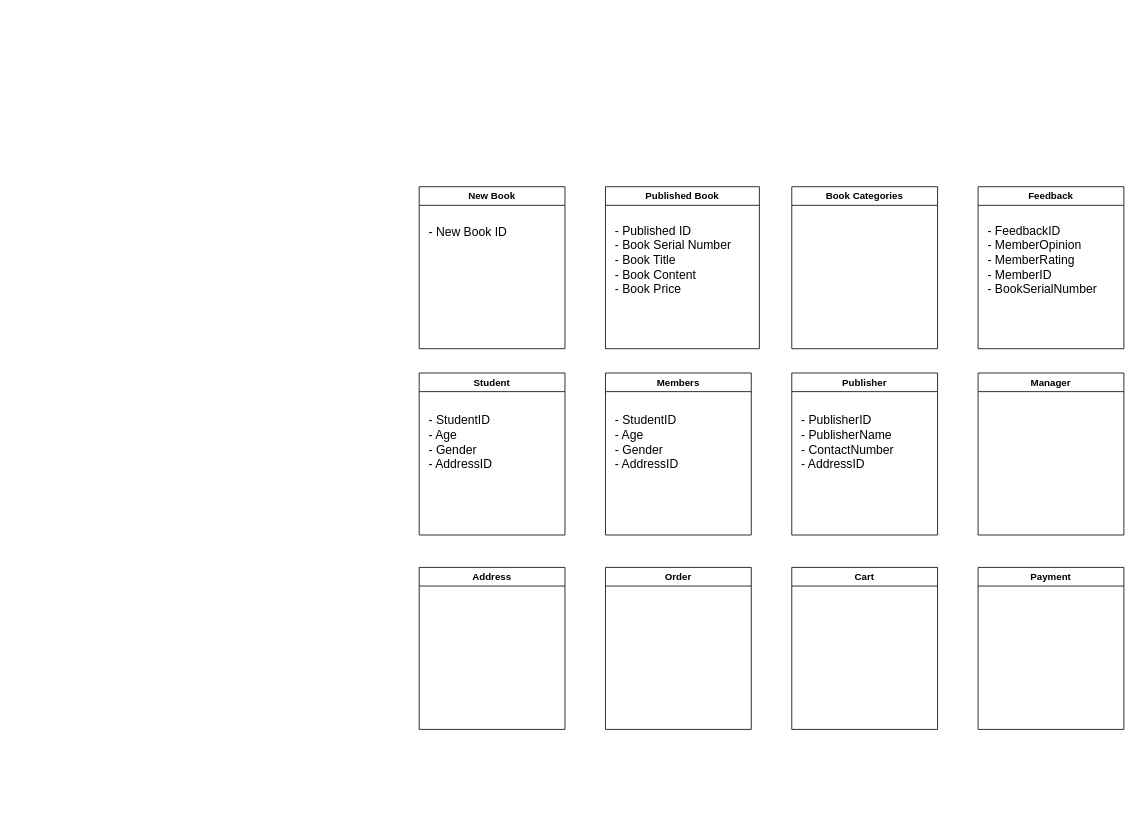
Above: database_assign.drawio in i4GS/test (draw.io), before the change. Source tidied: cells renumbered, new cells numbered last; positions are measured from the earlier drawing's top-left corner, leaving out a move shared by most shapes. Both pictures are drawn from the tidied source at 81%, with x=0, y=0 at pixel (419, 186).
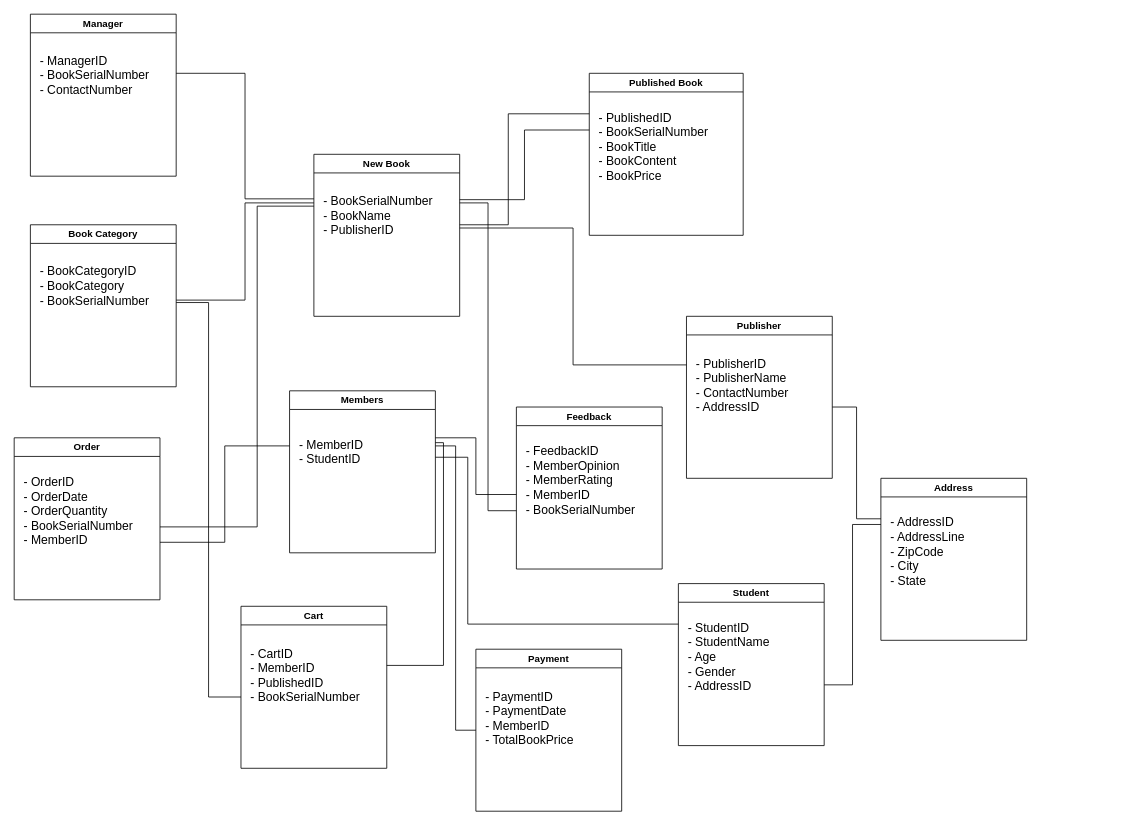
The same page after the edit.

The edit, as a diff of the source:
```diff
@@
     <mxCell id="2" value="New Book" style="swimlane;whiteSpace=wrap;html=1;" parent="1" vertex="1">
-      <mxGeometry width="180" height="200" as="geometry" />
+      <mxGeometry x="-130" y="-40" width="180" height="200" as="geometry" />
     </mxCell>
-    <mxCell id="3" value="&lt;font style=&quot;font-size: 15px;&quot;&gt;- New Book ID&lt;/font&gt;" style="text;html=1;align=left;verticalAlign=middle;strokeColor=none;fillColor=none;" parent="2" vertex="1">
-      <mxGeometry x="10" y="40" width="120" height="30" as="geometry" />
+    <mxCell id="3" value="&lt;font style=&quot;font-size: 15px;&quot;&gt;- BookSerialNumber&lt;br&gt;- BookName&lt;br&gt;- PublisherID&lt;br&gt;&lt;/font&gt;" style="text;html=1;align=left;verticalAlign=middle;strokeColor=none;fillColor=none;" parent="2" vertex="1">
+      <mxGeometry x="10" y="40" width="160" height="70" as="geometry" />
     </mxCell>
     <mxCell id="4" value="Publisher" style="swimlane;whiteSpace=wrap;html=1;" parent="1" vertex="1">
-      <mxGeometry x="460" y="230" width="180" height="200" as="geometry" />
+      <mxGeometry x="330" y="160" width="180" height="200" as="geometry" />
     </mxCell>
@@
     <mxCell id="6" value="Published Book" style="swimlane;whiteSpace=wrap;html=1;" parent="1" vertex="1">
-      <mxGeometry x="230" width="190" height="200" as="geometry" />
+      <mxGeometry x="210" y="-140" width="190" height="200" as="geometry" />
     </mxCell>
-    <mxCell id="7" value="&lt;font style=&quot;font-size: 15px;&quot;&gt;- Published ID&lt;br&gt;- Book Serial Number&lt;br&gt;- Book Title&lt;br&gt;- Book Content&lt;br&gt;- Book Price&lt;/font&gt;" style="text;html=1;align=left;verticalAlign=middle;strokeColor=none;fillColor=none;" parent="6" vertex="1">
-      <mxGeometry x="10" y="40" width="170" height="100" as="geometry" />
+    <mxCell id="7" value="&lt;font style=&quot;font-size: 15px;&quot;&gt;- PublishedID&lt;br&gt;- BookSerialNumber&lt;br&gt;- BookTitle&lt;br&gt;- BookContent&lt;br&gt;- BookPrice&lt;/font&gt;" style="text;html=1;align=left;verticalAlign=middle;strokeColor=none;fillColor=none;" parent="6" vertex="1">
+      <mxGeometry x="10" y="40" width="160" height="100" as="geometry" />
     </mxCell>
     <mxCell id="8" value="Student" style="swimlane;whiteSpace=wrap;html=1;" parent="1" vertex="1">
-      <mxGeometry y="230" width="180" height="200" as="geometry" />
+      <mxGeometry x="320" y="490" width="180" height="200" as="geometry" />
     </mxCell>
-    <mxCell id="9" value="&lt;font style=&quot;font-size: 15px;&quot;&gt;- StudentID&lt;br&gt;- Age&lt;br&gt;- Gender&lt;br&gt;- AddressID&lt;br&gt;&lt;/font&gt;" style="text;html=1;align=left;verticalAlign=middle;strokeColor=none;fillColor=none;" parent="8" vertex="1">
-      <mxGeometry x="10" y="40" width="100" height="90" as="geometry" />
+    <mxCell id="9" value="&lt;font style=&quot;font-size: 15px;&quot;&gt;- StudentID&lt;br&gt;- StudentName&lt;br&gt;- Age&lt;br&gt;- Gender&lt;br&gt;- AddressID&lt;br&gt;&lt;/font&gt;" style="text;html=1;align=left;verticalAlign=middle;strokeColor=none;fillColor=none;" parent="8" vertex="1">
+      <mxGeometry x="10" y="40" width="120" height="100" as="geometry" />
     </mxCell>
     <mxCell id="10" value="Members" style="swimlane;whiteSpace=wrap;html=1;" parent="1" vertex="1">
-      <mxGeometry x="230" y="230" width="180" height="200" as="geometry" />
+      <mxGeometry x="-160" y="252" width="180" height="200" as="geometry" />
     </mxCell>
-    <mxCell id="11" value="&lt;font style=&quot;font-size: 15px;&quot;&gt;- StudentID&lt;br&gt;- Age&lt;br&gt;- Gender&lt;br&gt;- AddressID&lt;br&gt;&lt;/font&gt;" style="text;html=1;align=left;verticalAlign=middle;strokeColor=none;fillColor=none;" parent="10" vertex="1">
-      <mxGeometry x="10" y="40" width="100" height="90" as="geometry" />
+    <mxCell id="11" value="&lt;font style=&quot;font-size: 15px;&quot;&gt;- MemberID&lt;br&gt;- StudentID&lt;br&gt;&lt;/font&gt;" style="text;html=1;align=left;verticalAlign=middle;strokeColor=none;fillColor=none;" parent="10" vertex="1">
+      <mxGeometry x="10" y="50" width="100" height="50" as="geometry" />
     </mxCell>
     <mxCell id="12" value="Feedback" style="swimlane;whiteSpace=wrap;html=1;" parent="1" vertex="1">
-      <mxGeometry x="690" width="180" height="200" as="geometry" />
+      <mxGeometry x="120" y="272" width="180" height="200" as="geometry" />
     </mxCell>
@@
     <mxCell id="14" value="Manager" style="swimlane;whiteSpace=wrap;html=1;" parent="1" vertex="1">
-      <mxGeometry x="690" y="230" width="180" height="200" as="geometry" />
+      <mxGeometry x="-480" y="-213" width="180" height="200" as="geometry" />
     </mxCell>
+    <mxCell id="20" value="&lt;font style=&quot;font-size: 15px;&quot;&gt;- ManagerID&lt;br&gt;- BookSerialNumber&lt;br&gt;- ContactNumber&lt;br&gt;&lt;/font&gt;" style="text;html=1;align=left;verticalAlign=middle;strokeColor=none;fillColor=none;" parent="14" vertex="1">
+      <mxGeometry x="10" y="40" width="160" height="70" as="geometry" />
+    </mxCell>
     <mxCell id="15" value="Order" style="swimlane;whiteSpace=wrap;html=1;" parent="1" vertex="1">
-      <mxGeometry x="230" y="470" width="180" height="200" as="geometry" />
+      <mxGeometry x="-500" y="310" width="180" height="200" as="geometry" />
     </mxCell>
+    <mxCell id="21" value="&lt;font style=&quot;font-size: 15px;&quot;&gt;- OrderID&lt;br&gt;- OrderDate&lt;br&gt;- OrderQuantity&lt;br&gt;- BookSerialNumber&lt;br&gt;- MemberID&lt;br&gt;&lt;/font&gt;" style="text;html=1;align=left;verticalAlign=middle;strokeColor=none;fillColor=none;" parent="15" vertex="1">
+      <mxGeometry x="10" y="40" width="160" height="100" as="geometry" />
+    </mxCell>
     <mxCell id="16" value="Cart" style="swimlane;whiteSpace=wrap;html=1;" parent="1" vertex="1">
-      <mxGeometry x="460" y="470" width="180" height="200" as="geometry" />
+      <mxGeometry x="-220" y="518" width="180" height="200" as="geometry" />
     </mxCell>
+    <mxCell id="22" value="&lt;font style=&quot;font-size: 15px;&quot;&gt;- CartID&lt;br&gt;- MemberID&lt;br&gt;- PublishedID&lt;br&gt;- BookSerialNumber&lt;br&gt;&lt;/font&gt;" style="text;html=1;align=left;verticalAlign=middle;strokeColor=none;fillColor=none;" parent="16" vertex="1">
+      <mxGeometry x="10" y="40" width="160" height="90" as="geometry" />
+    </mxCell>
-    <mxCell id="17" value="Book Categories" style="swimlane;whiteSpace=wrap;html=1;" parent="1" vertex="1">
-      <mxGeometry x="460" width="180" height="200" as="geometry" />
+    <mxCell id="17" value="Book Category" style="swimlane;whiteSpace=wrap;html=1;" parent="1" vertex="1">
+      <mxGeometry x="-480" y="47" width="180" height="200" as="geometry" />
     </mxCell>
+    <mxCell id="23" value="&lt;div&gt;&lt;span style=&quot;font-size: 15px; background-color: initial;&quot;&gt;- BookCategoryID&lt;/span&gt;&lt;br&gt;&lt;/div&gt;&lt;div&gt;&lt;span style=&quot;font-size: 15px;&quot;&gt;- BookCategory&lt;/span&gt;&lt;/div&gt;&lt;div&gt;&lt;span style=&quot;font-size: 15px;&quot;&gt;- BookSerialNumber&lt;/span&gt;&lt;/div&gt;" style="text;html=1;align=left;verticalAlign=middle;strokeColor=none;fillColor=none;" parent="17" vertex="1">
+      <mxGeometry x="10" y="40" width="160" height="70" as="geometry" />
+    </mxCell>
     <mxCell id="18" value="Payment" style="swimlane;whiteSpace=wrap;html=1;" parent="1" vertex="1">
-      <mxGeometry x="690" y="470" width="180" height="200" as="geometry" />
+      <mxGeometry x="70" y="571" width="180" height="200" as="geometry" />
     </mxCell>
+    <mxCell id="24" value="&lt;font style=&quot;font-size: 15px;&quot;&gt;- PaymentID&lt;br&gt;- PaymentDate&lt;br&gt;- MemberID&lt;br&gt;- TotalBookPrice&lt;br&gt;&lt;/font&gt;" style="text;html=1;align=left;verticalAlign=middle;strokeColor=none;fillColor=none;" parent="18" vertex="1">
+      <mxGeometry x="10" y="40" width="130" height="90" as="geometry" />
+    </mxCell>
     <mxCell id="19" value="Address" style="swimlane;whiteSpace=wrap;html=1;" parent="1" vertex="1">
-      <mxGeometry y="470" width="180" height="200" as="geometry" />
+      <mxGeometry x="570" y="360" width="180" height="200" as="geometry" />
     </mxCell>
+    <mxCell id="25" value="&lt;font style=&quot;font-size: 15px;&quot;&gt;- AddressID&lt;br&gt;- AddressLine&lt;br&gt;- ZipCode&lt;br&gt;- City&lt;br&gt;- State&lt;br&gt;&lt;/font&gt;" style="text;html=1;align=left;verticalAlign=middle;strokeColor=none;fillColor=none;" parent="19" vertex="1">
+      <mxGeometry x="10" y="40" width="120" height="100" as="geometry" />
+    </mxCell>
+    <mxCell id="26" style="edgeStyle=elbowEdgeStyle;elbow=horizontal;endArrow=none;html=1;curved=0;rounded=0;endSize=8;startSize=8;endFill=0;" parent="1" edge="1">
+      <mxGeometry relative="1" as="geometry">
+        <mxPoint x="50" y="16" as="sourcePoint" />
+        <mxPoint x="210" y="-70" as="targetPoint" />
+      </mxGeometry>
+    </mxCell>
+    <mxCell id="27" style="edgeStyle=elbowEdgeStyle;elbow=horizontal;endArrow=none;html=1;curved=0;rounded=0;endSize=8;startSize=8;endFill=0;" parent="1" edge="1">
+      <mxGeometry relative="1" as="geometry">
+        <mxPoint x="50" y="51" as="sourcePoint" />
+        <mxPoint x="330" y="220" as="targetPoint" />
+      </mxGeometry>
+    </mxCell>
+    <mxCell id="28" style="edgeStyle=elbowEdgeStyle;elbow=horizontal;endArrow=none;html=1;curved=0;rounded=0;endSize=8;startSize=8;endFill=0;" parent="1" edge="1">
+      <mxGeometry relative="1" as="geometry">
+        <mxPoint x="-300" y="140" as="sourcePoint" />
+        <mxPoint x="-130" y="20" as="targetPoint" />
+      </mxGeometry>
+    </mxCell>
+    <mxCell id="29" style="edgeStyle=elbowEdgeStyle;elbow=horizontal;endArrow=none;html=1;curved=0;rounded=0;endSize=8;startSize=8;endFill=0;" parent="1" edge="1">
+      <mxGeometry relative="1" as="geometry">
+        <mxPoint x="50" y="20" as="sourcePoint" />
+        <mxPoint x="120" y="400" as="targetPoint" />
+      </mxGeometry>
+    </mxCell>
+    <mxCell id="30" style="edgeStyle=elbowEdgeStyle;elbow=horizontal;endArrow=none;html=1;curved=0;rounded=0;endSize=8;startSize=8;endFill=0;" parent="1" edge="1">
+      <mxGeometry relative="1" as="geometry">
+        <mxPoint x="-320" y="439" as="sourcePoint" />
+        <mxPoint x="-160" y="320" as="targetPoint" />
+      </mxGeometry>
+    </mxCell>
+    <mxCell id="31" style="edgeStyle=elbowEdgeStyle;elbow=horizontal;endArrow=none;html=1;curved=0;rounded=0;endSize=8;startSize=8;endFill=0;entryX=0;entryY=0.25;entryDx=0;entryDy=0;" parent="1" edge="1" target="8">
+      <mxGeometry relative="1" as="geometry">
+        <mxPoint x="20" y="334" as="sourcePoint" />
+        <Array as="points">
+          <mxPoint x="60" y="448" />
+        </Array>
+      </mxGeometry>
+    </mxCell>
+    <mxCell id="32" style="edgeStyle=elbowEdgeStyle;elbow=horizontal;endArrow=none;html=1;curved=0;rounded=0;endSize=8;startSize=8;entryX=0;entryY=0.25;entryDx=0;entryDy=0;endFill=0;" parent="1" edge="1" target="19">
+      <mxGeometry relative="1" as="geometry">
+        <mxPoint x="510" y="272" as="sourcePoint" />
+      </mxGeometry>
+    </mxCell>
+    <mxCell id="33" style="edgeStyle=elbowEdgeStyle;elbow=horizontal;endArrow=none;html=1;curved=0;rounded=0;endSize=8;startSize=8;endFill=0;" parent="1" edge="1">
+      <mxGeometry relative="1" as="geometry">
+        <mxPoint x="-300" y="143" as="sourcePoint" />
+        <mxPoint x="-220" y="630" as="targetPoint" />
+      </mxGeometry>
+    </mxCell>
+    <mxCell id="34" style="edgeStyle=elbowEdgeStyle;elbow=horizontal;endArrow=none;html=1;curved=0;rounded=0;endSize=8;startSize=8;entryX=0;entryY=0.25;entryDx=0;entryDy=0;endFill=0;" parent="1" edge="1">
+      <mxGeometry relative="1" as="geometry">
+        <mxPoint x="-300" y="-140" as="sourcePoint" />
+        <mxPoint x="-130" y="15" as="targetPoint" />
+      </mxGeometry>
+    </mxCell>
+    <mxCell id="35" style="edgeStyle=elbowEdgeStyle;elbow=horizontal;endArrow=none;html=1;curved=0;rounded=0;endSize=8;startSize=8;endFill=0;" parent="1" edge="1">
+      <mxGeometry relative="1" as="geometry">
+        <mxPoint x="-320" y="420" as="sourcePoint" />
+        <mxPoint x="-130" y="24" as="targetPoint" />
+        <Array as="points">
+          <mxPoint x="-200" y="220" />
+        </Array>
+      </mxGeometry>
+    </mxCell>
+    <mxCell id="36" style="edgeStyle=elbowEdgeStyle;elbow=horizontal;endArrow=none;html=1;curved=0;rounded=0;endSize=8;startSize=8;entryX=0;entryY=0.5;entryDx=0;entryDy=0;endFill=0;" parent="1" edge="1" target="18">
+      <mxGeometry relative="1" as="geometry">
+        <mxPoint x="20" y="320" as="sourcePoint" />
+      </mxGeometry>
+    </mxCell>
+    <mxCell id="37" style="edgeStyle=elbowEdgeStyle;elbow=horizontal;endArrow=none;html=1;curved=0;rounded=0;endSize=8;startSize=8;endFill=0;" parent="1" edge="1">
+      <mxGeometry relative="1" as="geometry">
+        <mxPoint x="20" y="316" as="sourcePoint" />
+        <mxPoint x="-40" y="591" as="targetPoint" />
+        <Array as="points">
+          <mxPoint x="30" y="451" />
+        </Array>
+      </mxGeometry>
+    </mxCell>
+    <mxCell id="38" style="edgeStyle=elbowEdgeStyle;elbow=horizontal;endArrow=none;html=1;curved=0;rounded=0;endSize=8;startSize=8;endFill=0;" parent="1" edge="1">
+      <mxGeometry relative="1" as="geometry">
+        <mxPoint x="20" y="310" as="sourcePoint" />
+        <mxPoint x="120" y="380" as="targetPoint" />
+      </mxGeometry>
+    </mxCell>
+    <mxCell id="39" style="edgeStyle=elbowEdgeStyle;elbow=horizontal;endArrow=none;html=1;curved=0;rounded=0;endSize=8;startSize=8;endFill=0;" parent="1" edge="1">
+      <mxGeometry relative="1" as="geometry">
+        <mxPoint x="500" y="615" as="sourcePoint" />
+        <mxPoint x="570" y="417" as="targetPoint" />
+      </mxGeometry>
+    </mxCell>
+    <mxCell id="40" style="edgeStyle=elbowEdgeStyle;elbow=horizontal;endArrow=none;html=1;curved=0;rounded=0;endSize=8;startSize=8;entryX=0;entryY=0.25;entryDx=0;entryDy=0;endFill=0;" parent="1" edge="1" target="6">
+      <mxGeometry relative="1" as="geometry">
+        <mxPoint x="50" y="47" as="sourcePoint" />
+        <Array as="points">
+          <mxPoint x="110" y="-20" />
+        </Array>
+      </mxGeometry>
+    </mxCell>
```
